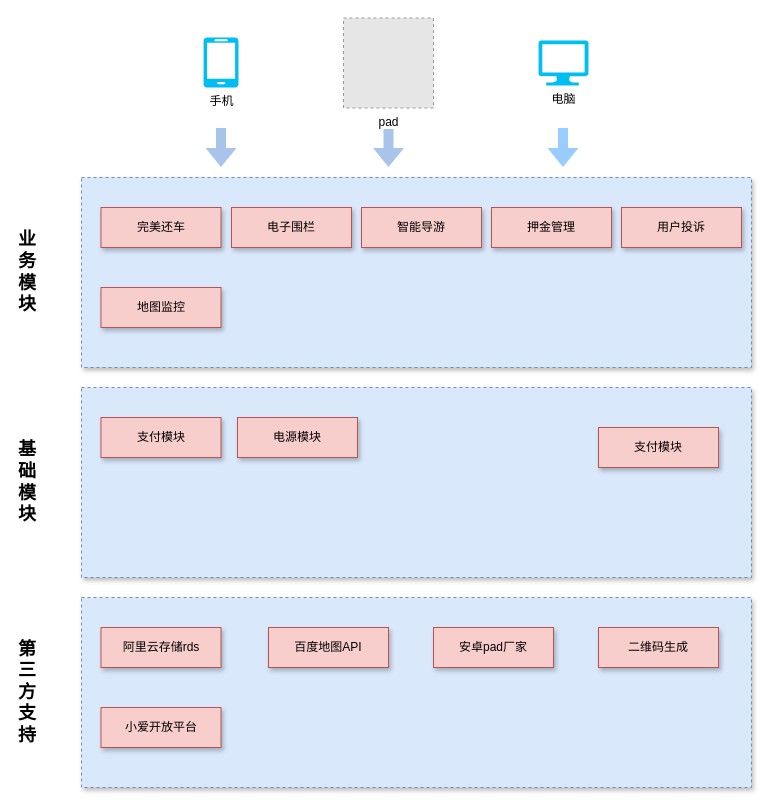
Above: 软件设计.drawio in wangjie5540/drawio (draw.io), before the change. Source tidied: cells renumbered, new cells numbered last; positions are measured from the earlier drawing's top-left corner, leaving out a move shared by most shapes. Both pictures are drawn from the tidied source at 100%, with x=0, y=0 at pixel (17, 17). Pictures stored in the file or linked from it are replaced by grey dashed boxes.
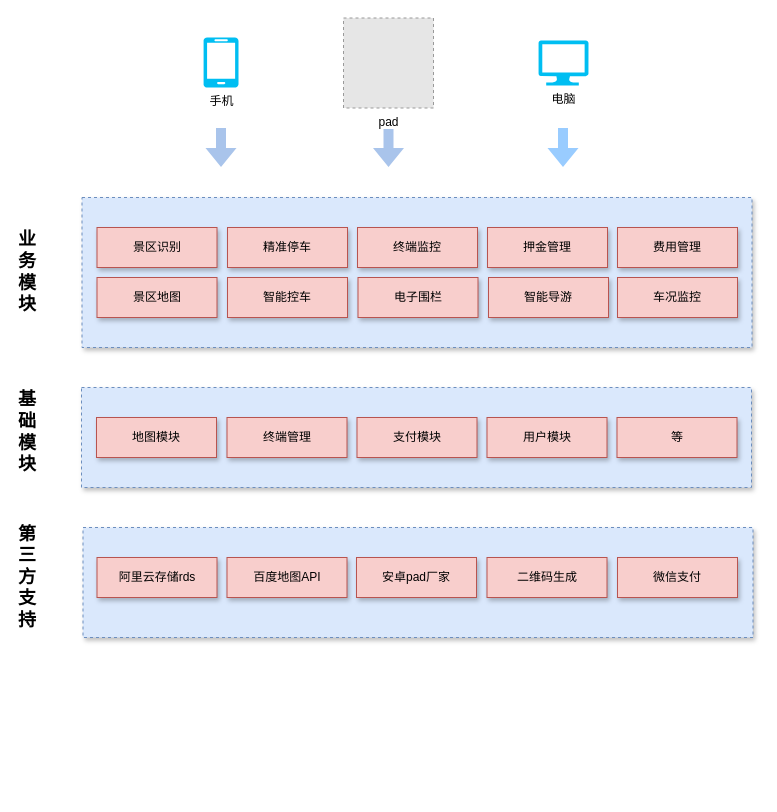
The same diagram, later.

Change to the diagram source:
```diff
@@
     <mxCell id="2" style="rounded=0;whiteSpace=wrap;html=1;shadow=1;fillColor=#dae8fc;dashed=1;strokeColor=#6c8ebf;" parent="1" vertex="1">
-      <mxGeometry x="64" y="160" width="670" height="190" as="geometry" />
+      <mxGeometry x="64.5" y="180" width="670" height="150" as="geometry" />
     </mxCell>
     <mxCell id="3" style="rounded=0;whiteSpace=wrap;html=1;shadow=1;fillColor=#dae8fc;dashed=1;strokeColor=#6c8ebf;" parent="1" vertex="1">
-      <mxGeometry x="64" y="370" width="670" height="190" as="geometry" />
+      <mxGeometry x="64" y="370" width="670" height="100" as="geometry" />
     </mxCell>
@@
     <mxCell id="9" value="&lt;b&gt;&lt;font style=&quot;font-size: 18px&quot;&gt;基础模块&lt;/font&gt;&lt;/b&gt;" style="text;html=1;strokeColor=none;fillColor=none;align=center;verticalAlign=middle;whiteSpace=wrap;rounded=0;" parent="1" vertex="1">
-      <mxGeometry x="-0.5" y="380" width="20" height="170" as="geometry" />
+      <mxGeometry x="-0.5" y="330" width="20" height="170" as="geometry" />
     </mxCell>
     <mxCell id="10" value="&lt;span style=&quot;font-size: 18px&quot;&gt;&lt;b&gt;第三方支持&lt;/b&gt;&lt;/span&gt;" style="text;html=1;strokeColor=none;fillColor=none;align=center;verticalAlign=middle;whiteSpace=wrap;rounded=0;" parent="1" vertex="1">
-      <mxGeometry x="-0.5" y="590" width="20" height="170" as="geometry" />
+      <mxGeometry x="-0.5" y="475" width="20" height="170" as="geometry" />
     </mxCell>
     <mxCell id="11" style="rounded=0;whiteSpace=wrap;html=1;shadow=1;fillColor=#dae8fc;dashed=1;strokeColor=#6c8ebf;" parent="1" vertex="1">
-      <mxGeometry x="64" y="580" width="670" height="190" as="geometry" />
+      <mxGeometry x="65.5" y="510" width="670" height="110" as="geometry" />
     </mxCell>
     <mxCell id="12" value="阿里云存储rds" style="rounded=0;whiteSpace=wrap;html=1;shadow=1;fillColor=#f8cecc;strokeColor=#b85450;" parent="1" vertex="1">
-      <mxGeometry x="83.5" y="610" width="120" height="40" as="geometry" />
+      <mxGeometry x="79.5" y="540" width="120" height="40" as="geometry" />
     </mxCell>
     <mxCell id="13" value="百度地图API" style="rounded=0;whiteSpace=wrap;html=1;shadow=1;fillColor=#f8cecc;strokeColor=#b85450;" parent="1" vertex="1">
-      <mxGeometry x="251" y="610" width="120" height="40" as="geometry" />
+      <mxGeometry x="209.5" y="540" width="120" height="40" as="geometry" />
     </mxCell>
     <mxCell id="14" value="安卓pad厂家" style="rounded=0;whiteSpace=wrap;html=1;shadow=1;fillColor=#f8cecc;strokeColor=#b85450;" parent="1" vertex="1">
-      <mxGeometry x="416" y="610" width="120" height="40" as="geometry" />
+      <mxGeometry x="339" y="540" width="120" height="40" as="geometry" />
     </mxCell>
     <mxCell id="15" value="二维码生成" style="rounded=0;whiteSpace=wrap;html=1;shadow=1;fillColor=#f8cecc;strokeColor=#b85450;" parent="1" vertex="1">
-      <mxGeometry x="581" y="610" width="120" height="40" as="geometry" />
+      <mxGeometry x="469.5" y="540" width="120" height="40" as="geometry" />
     </mxCell>
@@
-    <mxCell id="18" value="支付模块" style="rounded=0;whiteSpace=wrap;html=1;shadow=1;fillColor=#f8cecc;strokeColor=#b85450;" parent="1" vertex="1">
-      <mxGeometry x="83.5" y="400" width="120" height="40" as="geometry" />
+    <mxCell id="18" value="地图模块" style="rounded=0;whiteSpace=wrap;html=1;shadow=1;fillColor=#f8cecc;strokeColor=#b85450;" parent="1" vertex="1">
+      <mxGeometry x="79" y="400" width="120" height="40" as="geometry" />
     </mxCell>
-    <mxCell id="19" value="小爱开放平台" style="rounded=0;whiteSpace=wrap;html=1;shadow=1;fillColor=#f8cecc;strokeColor=#b85450;" parent="1" vertex="1">
-      <mxGeometry x="83.5" y="690" width="120" height="40" as="geometry" />
-    </mxCell>
-    <mxCell id="20" value="电源模块" style="rounded=0;whiteSpace=wrap;html=1;shadow=1;fillColor=#f8cecc;strokeColor=#b85450;" parent="1" vertex="1">
-      <mxGeometry x="220" y="400" width="120" height="40" as="geometry" />
+    <mxCell id="20" value="终端管理" style="rounded=0;whiteSpace=wrap;html=1;shadow=1;fillColor=#f8cecc;strokeColor=#b85450;" parent="1" vertex="1">
+      <mxGeometry x="209.5" y="400" width="120" height="40" as="geometry" />
     </mxCell>
-    <mxCell id="21" value="支付模块" style="rounded=0;whiteSpace=wrap;html=1;shadow=1;fillColor=#f8cecc;strokeColor=#b85450;" parent="1" vertex="1">
-      <mxGeometry x="581" y="410" width="120" height="40" as="geometry" />
+    <mxCell id="21" value="用户模块" style="rounded=0;whiteSpace=wrap;html=1;shadow=1;fillColor=#f8cecc;strokeColor=#b85450;" parent="1" vertex="1">
+      <mxGeometry x="469.5" y="400" width="120" height="40" as="geometry" />
     </mxCell>
-    <mxCell id="22" value="完美还车" style="rounded=0;whiteSpace=wrap;html=1;shadow=1;fillColor=#f8cecc;strokeColor=#b85450;" parent="1" vertex="1">
-      <mxGeometry x="83.5" y="190" width="120" height="40" as="geometry" />
+    <mxCell id="22" value="景区识别" style="rounded=0;whiteSpace=wrap;html=1;shadow=1;fillColor=#f8cecc;strokeColor=#b85450;" parent="1" vertex="1">
+      <mxGeometry x="79.5" y="210" width="120" height="40" as="geometry" />
     </mxCell>
-    <mxCell id="23" value="电子围栏" style="rounded=0;whiteSpace=wrap;html=1;shadow=1;fillColor=#f8cecc;strokeColor=#b85450;" parent="1" vertex="1">
-      <mxGeometry x="214" y="190" width="120" height="40" as="geometry" />
+    <mxCell id="23" value="精准停车" style="rounded=0;whiteSpace=wrap;html=1;shadow=1;fillColor=#f8cecc;strokeColor=#b85450;" parent="1" vertex="1">
+      <mxGeometry x="210" y="210" width="120" height="40" as="geometry" />
     </mxCell>
-    <mxCell id="24" value="智能导游" style="rounded=0;whiteSpace=wrap;html=1;shadow=1;fillColor=#f8cecc;strokeColor=#b85450;" parent="1" vertex="1">
-      <mxGeometry x="344" y="190" width="120" height="40" as="geometry" />
+    <mxCell id="24" value="终端监控" style="rounded=0;whiteSpace=wrap;html=1;shadow=1;fillColor=#f8cecc;strokeColor=#b85450;" parent="1" vertex="1">
+      <mxGeometry x="340" y="210" width="120" height="40" as="geometry" />
     </mxCell>
     <mxCell id="25" value="押金管理" style="rounded=0;whiteSpace=wrap;html=1;shadow=1;fillColor=#f8cecc;strokeColor=#b85450;" parent="1" vertex="1">
-      <mxGeometry x="474" y="190" width="120" height="40" as="geometry" />
+      <mxGeometry x="470" y="210" width="120" height="40" as="geometry" />
     </mxCell>
-    <mxCell id="26" value="用户投诉" style="rounded=0;whiteSpace=wrap;html=1;shadow=1;fillColor=#f8cecc;strokeColor=#b85450;" parent="1" vertex="1">
-      <mxGeometry x="604" y="190" width="120" height="40" as="geometry" />
+    <mxCell id="26" value="费用管理" style="rounded=0;whiteSpace=wrap;html=1;shadow=1;fillColor=#f8cecc;strokeColor=#b85450;" parent="1" vertex="1">
+      <mxGeometry x="600" y="210" width="120" height="40" as="geometry" />
     </mxCell>
-    <mxCell id="27" value="地图监控" style="rounded=0;whiteSpace=wrap;html=1;shadow=1;fillColor=#f8cecc;strokeColor=#b85450;" parent="1" vertex="1">
-      <mxGeometry x="83.5" y="270" width="120" height="40" as="geometry" />
+    <mxCell id="27" value="景区地图" style="rounded=0;whiteSpace=wrap;html=1;shadow=1;fillColor=#f8cecc;strokeColor=#b85450;" parent="1" vertex="1">
+      <mxGeometry x="79.5" y="260" width="120" height="40" as="geometry" />
     </mxCell>
+    <mxCell id="28" value="微信支付" style="rounded=0;whiteSpace=wrap;html=1;shadow=1;fillColor=#f8cecc;strokeColor=#b85450;" parent="1" vertex="1">
+      <mxGeometry x="600" y="540" width="120" height="40" as="geometry" />
+    </mxCell>
+    <mxCell id="29" value="智能控车" style="rounded=0;whiteSpace=wrap;html=1;shadow=1;fillColor=#f8cecc;strokeColor=#b85450;" parent="1" vertex="1">
+      <mxGeometry x="210" y="260" width="120" height="40" as="geometry" />
+    </mxCell>
+    <mxCell id="30" value="电子围栏" style="rounded=0;whiteSpace=wrap;html=1;shadow=1;fillColor=#f8cecc;strokeColor=#b85450;" parent="1" vertex="1">
+      <mxGeometry x="340.5" y="260" width="120" height="40" as="geometry" />
+    </mxCell>
+    <mxCell id="31" value="智能导游" style="rounded=0;whiteSpace=wrap;html=1;shadow=1;fillColor=#f8cecc;strokeColor=#b85450;" parent="1" vertex="1">
+      <mxGeometry x="471" y="260" width="120" height="40" as="geometry" />
+    </mxCell>
+    <mxCell id="32" value="车况监控" style="rounded=0;whiteSpace=wrap;html=1;shadow=1;fillColor=#f8cecc;strokeColor=#b85450;" parent="1" vertex="1">
+      <mxGeometry x="600" y="260" width="120" height="40" as="geometry" />
+    </mxCell>
+    <mxCell id="33" value="支付模块" style="rounded=0;whiteSpace=wrap;html=1;shadow=1;fillColor=#f8cecc;strokeColor=#b85450;" parent="1" vertex="1">
+      <mxGeometry x="339.5" y="400" width="120" height="40" as="geometry" />
+    </mxCell>
+    <mxCell id="34" value="等" style="rounded=0;whiteSpace=wrap;html=1;shadow=1;fillColor=#f8cecc;strokeColor=#b85450;" parent="1" vertex="1">
+      <mxGeometry x="599.5" y="400" width="120" height="40" as="geometry" />
+    </mxCell>
```
